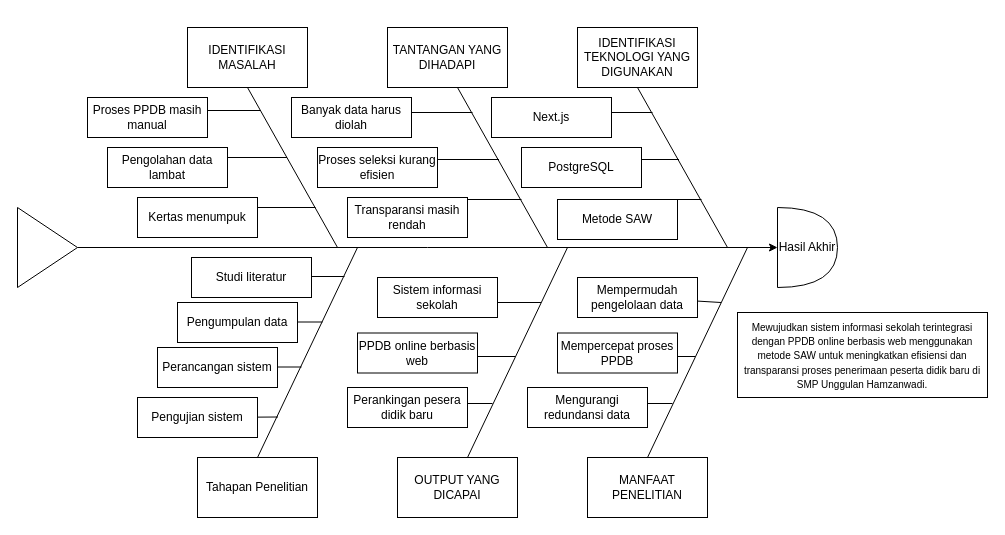
Above: design/Diagram Tanpa Judul.drawio in ryotwell/draw.io (draw.io), before the change. Source tidied: cells renumbered, new cells numbered last; positions are measured from the earlier drawing's top-left corner, leaving out a move shared by most shapes. Both pictures are drawn from the tidied source at 100%, with x=0, y=0 at pixel (17, 27).
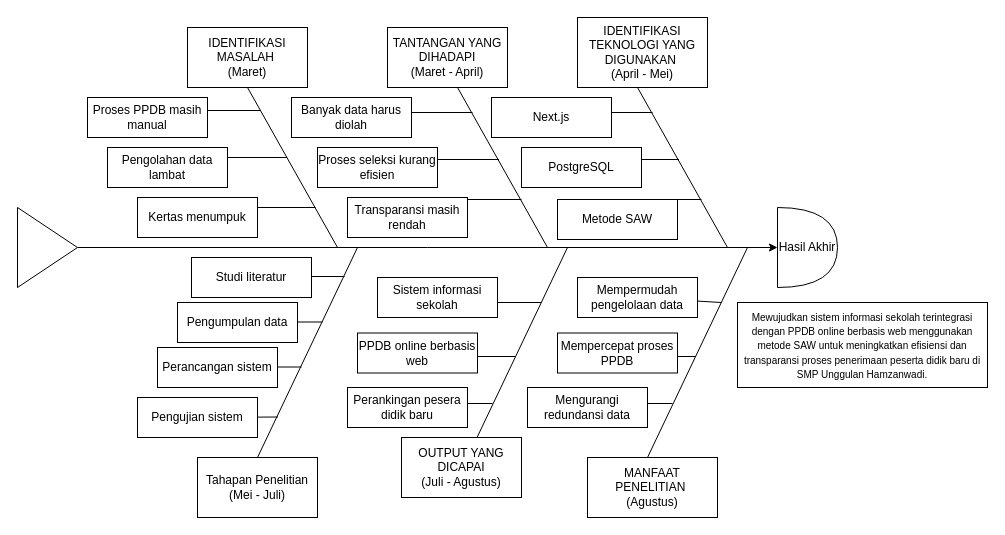
The same diagram, later.

Change to the diagram source:
```diff
@@
-    <mxCell id="16" value="Tahapan Penelitian" style="rounded=0;whiteSpace=wrap;html=1;strokeColor=light-dark(#000000,#00B2FF);" parent="1" vertex="1">
+    <mxCell id="16" value="Tahapan Penelitian&lt;div&gt;(Mei - Juli)&lt;/div&gt;" style="rounded=0;whiteSpace=wrap;html=1;strokeColor=light-dark(#000000,#00B2FF);" parent="1" vertex="1">
       <mxGeometry x="180" y="430" width="120" height="60" as="geometry" />
     </mxCell>
-    <mxCell id="17" value="OUTPUT YANG DICAPAI" style="rounded=0;whiteSpace=wrap;html=1;strokeColor=light-dark(#000000,#00B2FF);" parent="1" vertex="1">
-      <mxGeometry x="380" y="430" width="120" height="60" as="geometry" />
+    <mxCell id="17" value="OUTPUT YANG DICAPAI&lt;div&gt;(Juli - Agustus)&lt;/div&gt;" style="rounded=0;whiteSpace=wrap;html=1;strokeColor=light-dark(#000000,#00B2FF);" parent="1" vertex="1">
+      <mxGeometry x="384" y="410" width="120" height="60" as="geometry" />
     </mxCell>
-    <mxCell id="18" value="MANFAAT PENELITIAN" style="rounded=0;whiteSpace=wrap;html=1;strokeColor=light-dark(#000000,#00B2FF);" parent="1" vertex="1">
-      <mxGeometry x="570" y="430" width="120" height="60" as="geometry" />
+    <mxCell id="18" value="MANFAAT PENELITIAN&amp;nbsp;&lt;div&gt;(Agustus)&lt;/div&gt;" style="rounded=0;whiteSpace=wrap;html=1;strokeColor=light-dark(#000000,#00B2FF);" parent="1" vertex="1">
+      <mxGeometry x="570" y="430" width="130" height="60" as="geometry" />
     </mxCell>
-    <mxCell id="19" value="IDENTIFIKASI MASALAH" style="rounded=0;whiteSpace=wrap;html=1;strokeColor=light-dark(#000000,#00B2FF);" parent="1" vertex="1">
+    <mxCell id="19" value="IDENTIFIKASI MASALAH&amp;nbsp;&lt;div&gt;(Maret)&lt;/div&gt;" style="rounded=0;whiteSpace=wrap;html=1;strokeColor=light-dark(#000000,#00B2FF);" parent="1" vertex="1">
       <mxGeometry x="170" width="120" height="60" as="geometry" />
     </mxCell>
-    <mxCell id="20" value="TANTANGAN YANG DIHADAPI" style="rounded=0;whiteSpace=wrap;html=1;strokeColor=light-dark(#000000,#00B2FF);" parent="1" vertex="1">
+    <mxCell id="20" value="TANTANGAN YANG DIHADAPI&lt;div&gt;(Maret - April)&lt;/div&gt;" style="rounded=0;whiteSpace=wrap;html=1;strokeColor=light-dark(#000000,#00B2FF);" parent="1" vertex="1">
       <mxGeometry x="370" width="120" height="60" as="geometry" />
     </mxCell>
-    <mxCell id="21" value="IDENTIFIKASI TEKNOLOGI YANG DIGUNAKAN" style="rounded=0;whiteSpace=wrap;html=1;strokeColor=light-dark(#000000,#00B2FF);" parent="1" vertex="1">
-      <mxGeometry x="560" width="120" height="60" as="geometry" />
+    <mxCell id="21" value="IDENTIFIKASI TEKNOLOGI YANG DIGUNAKAN&amp;nbsp;&lt;div&gt;(April - Mei)&lt;/div&gt;" style="rounded=0;whiteSpace=wrap;html=1;strokeColor=light-dark(#000000,#00B2FF);" parent="1" vertex="1">
+      <mxGeometry x="560" y="-10" width="130" height="70" as="geometry" />
     </mxCell>
@@
     <mxCell id="57" value="&lt;font style=&quot;font-size: 10px;&quot;&gt;Mewujudkan sistem informasi sekolah terintegrasi dengan PPDB online berbasis web menggunakan metode SAW untuk meningkatkan efisiensi dan transparansi proses penerimaan peserta didik baru di SMP Unggulan Hamzanwadi.&lt;/font&gt;" style="rounded=0;whiteSpace=wrap;html=1;" parent="1" vertex="1">
-      <mxGeometry x="720" y="285" width="250" height="85" as="geometry" />
+      <mxGeometry x="720" y="275" width="250" height="85" as="geometry" />
     </mxCell>
```
